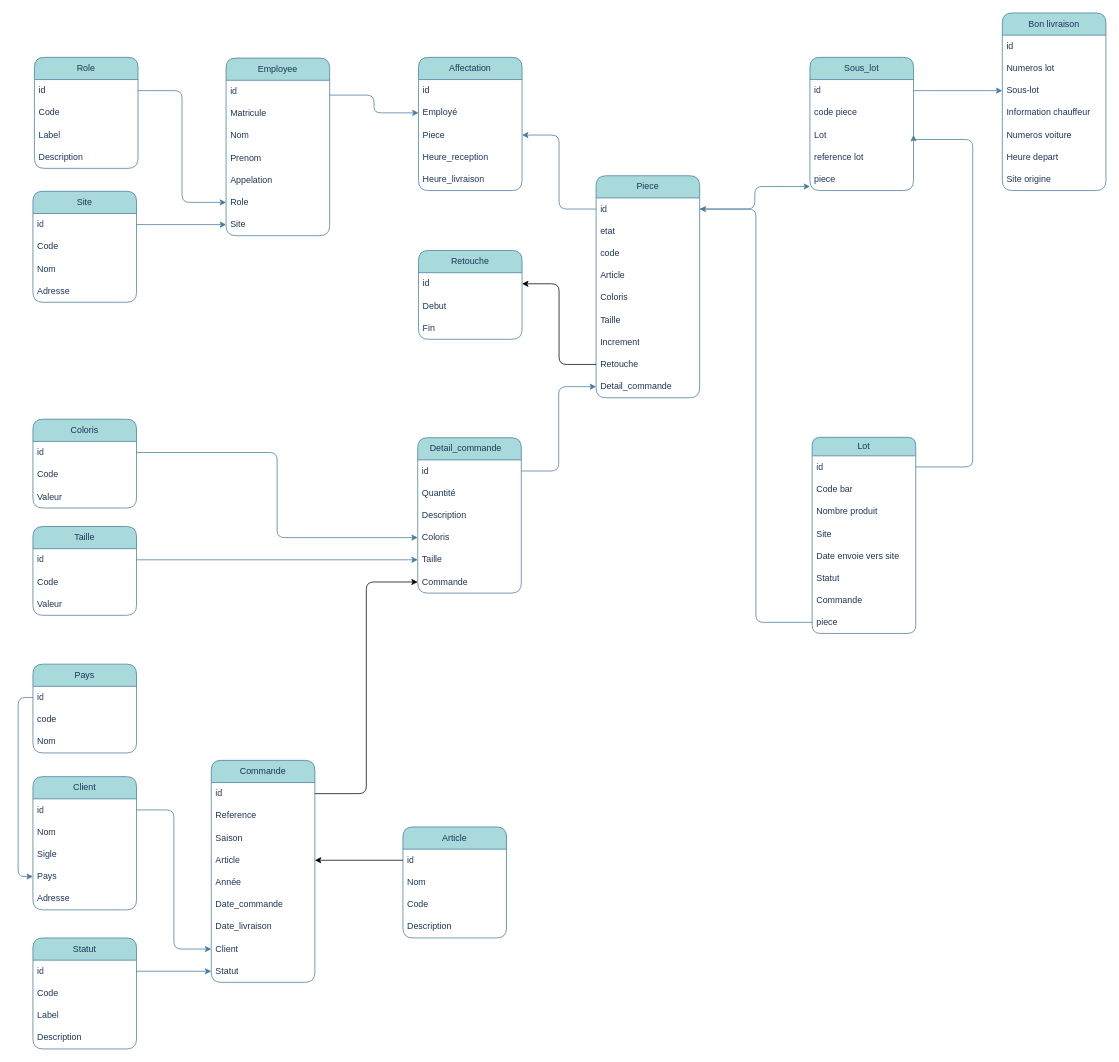
The draw.io diagram Diagramme sans nom.drawio in petit-vps/sample, before the edit. Source tidied: cells renumbered, new cells numbered last; positions are measured from the earlier drawing's top-left corner, leaving out a move shared by most shapes. Both pictures are drawn from the tidied source at 74%, with x=0, y=0 at pixel (33, 13).
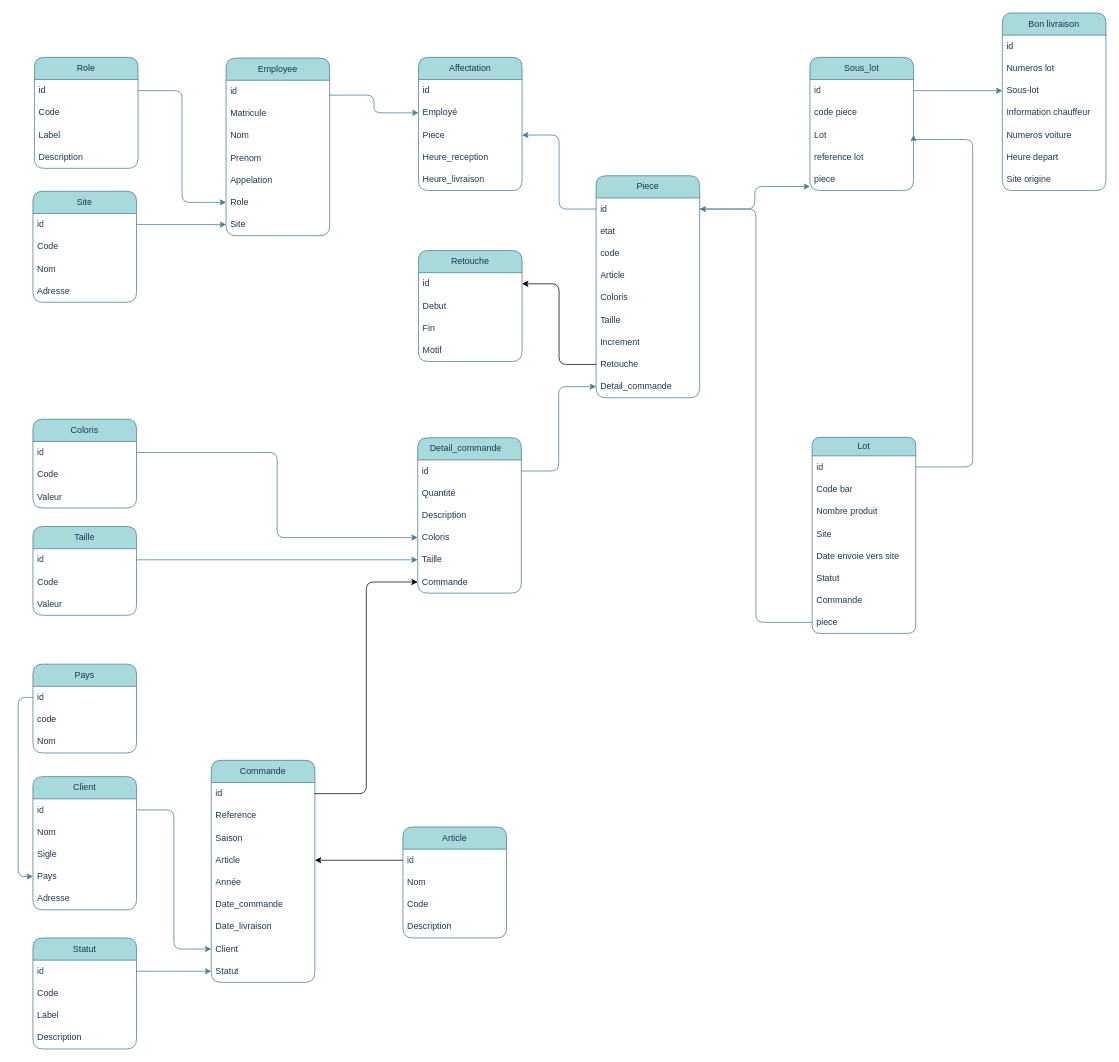
The same page after the edit.

Commit message:
ajout motif pour retouche

Change to the diagram source:
```diff
@@
     <mxCell id="120" value="&lt;div&gt;Retouche&lt;/div&gt;" style="swimlane;fontStyle=0;horizontal=1;startSize=30;whiteSpace=wrap;html=1;fillColor=#A8DADC;strokeColor=#457B9D;rounded=1;labelBackgroundColor=none;fontColor=#1D3557;" parent="1" vertex="1">
-      <mxGeometry x="521" y="321" width="140" height="120" as="geometry" />
+      <mxGeometry x="521" y="321" width="140" height="150" as="geometry" />
     </mxCell>
@@
+    <mxCell id="125" value="Fin" style="text;strokeColor=none;fillColor=none;align=left;verticalAlign=middle;spacingLeft=4;spacingRight=4;overflow=hidden;whiteSpace=wrap;html=1;rounded=1;labelBackgroundColor=none;fontColor=#1D3557;" parent="120" vertex="1">
+      <mxGeometry y="90" width="140" height="30" as="geometry" />
+    </mxCell>
-    <mxCell id="123" value="Fin" style="text;strokeColor=none;fillColor=none;align=left;verticalAlign=middle;spacingLeft=4;spacingRight=4;overflow=hidden;whiteSpace=wrap;html=1;rounded=1;labelBackgroundColor=none;fontColor=#1D3557;" parent="120" vertex="1">
-      <mxGeometry y="90" width="140" height="30" as="geometry" />
+    <mxCell id="123" value="Motif" style="text;strokeColor=none;fillColor=none;align=left;verticalAlign=middle;spacingLeft=4;spacingRight=4;overflow=hidden;whiteSpace=wrap;html=1;rounded=1;labelBackgroundColor=none;fontColor=#1D3557;" parent="120" vertex="1">
+      <mxGeometry y="120" width="140" height="30" as="geometry" />
     </mxCell>
```
